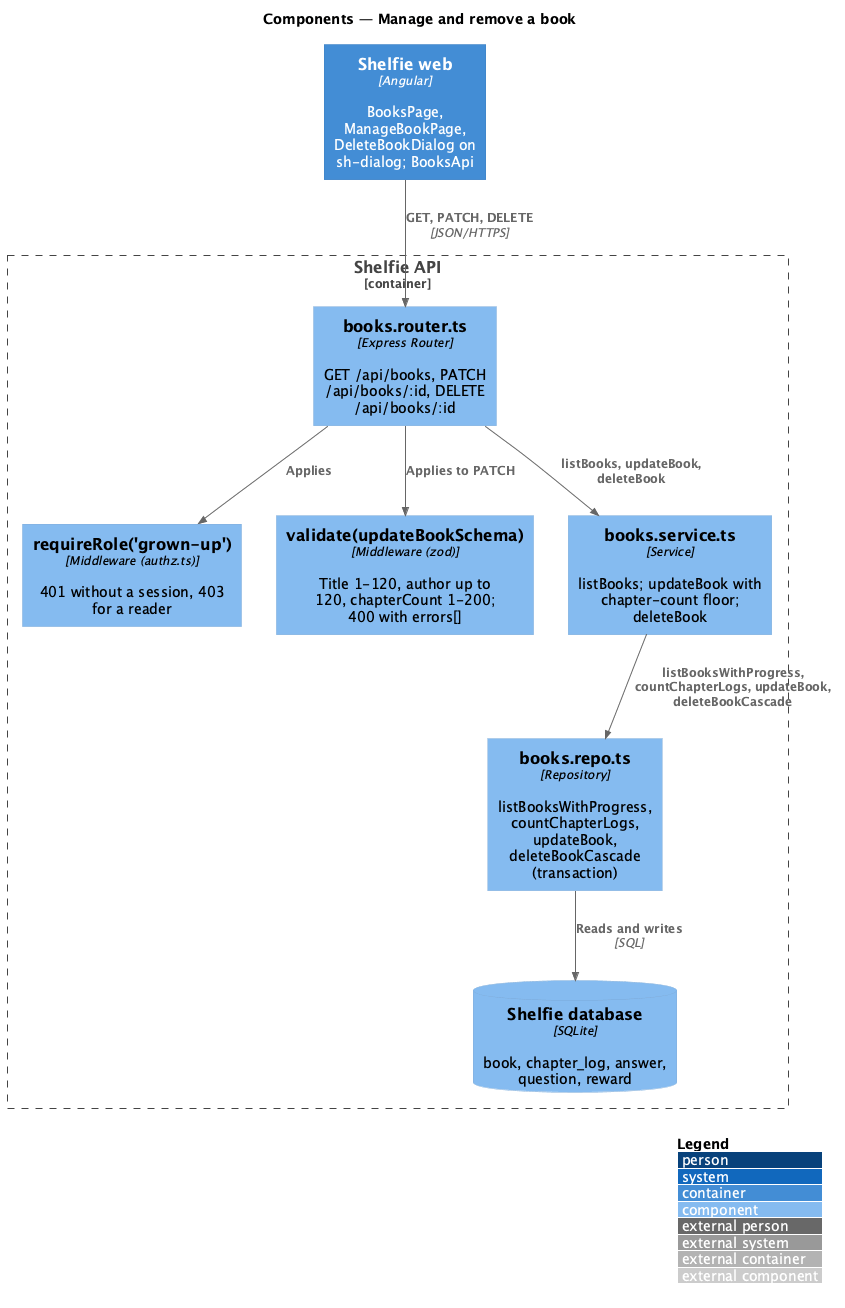
The PlantUML diagram docs/detailed-designs/books/manage-book/diagrams/c4-component.png in QuinntyneBrown/shelfie, before a commit.
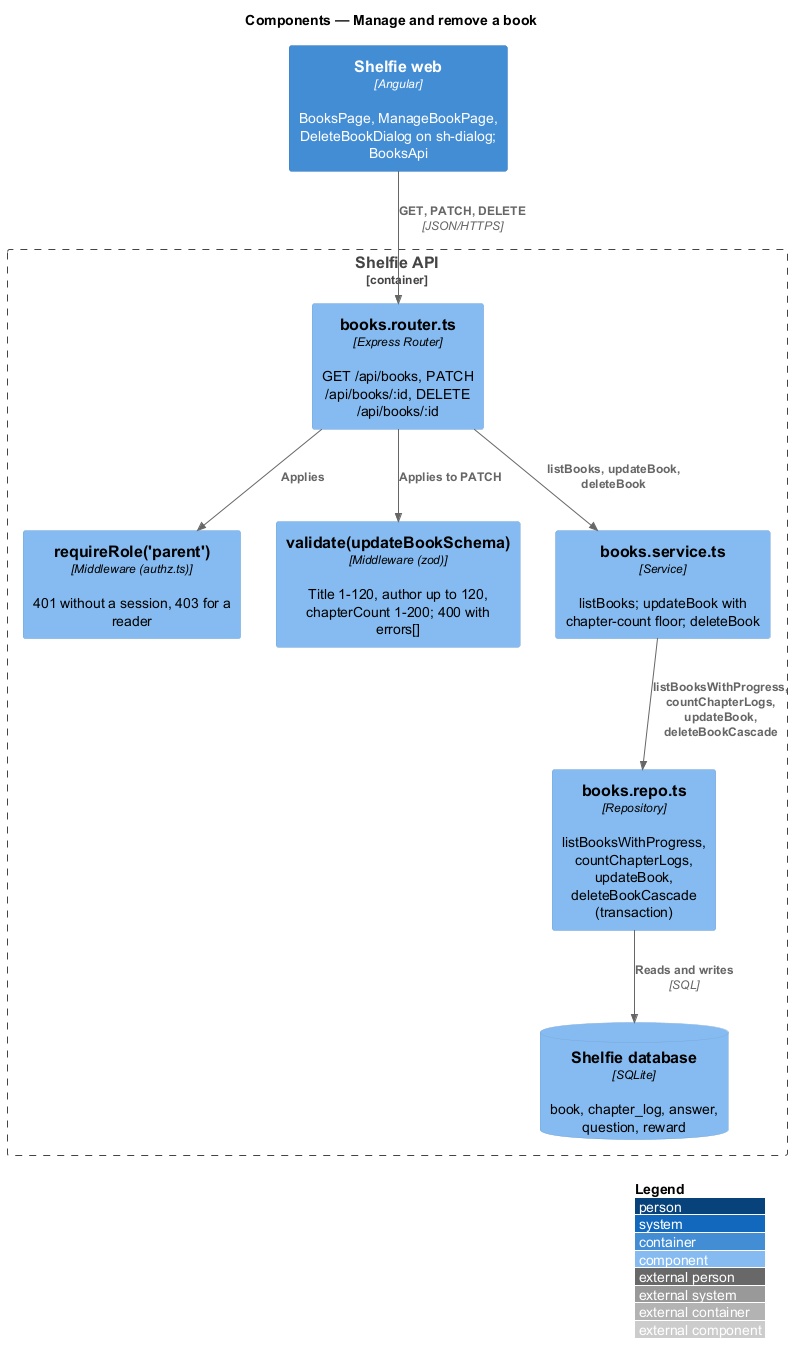
Later version of the same file.

What changed in the source:
```diff
@@ -6,7 +6,7 @@
 Container(web, "Shelfie web", "Angular", "BooksPage, ManageBookPage, DeleteBookDialog on sh-dialog; BooksApi")
 Container_Boundary(api, "Shelfie API") {
   Component(router, "books.router.ts", "Express Router", "GET /api/books, PATCH /api/books/:id, DELETE /api/books/:id")
-  Component(authz, "requireRole('grown-up')", "Middleware (authz.ts)", "401 without a session, 403 for a reader")
+  Component(authz, "requireRole('parent')", "Middleware (authz.ts)", "401 without a session, 403 for a reader")
   Component(validate, "validate(updateBookSchema)", "Middleware (zod)", "Title 1-120, author up to 120, chapterCount 1-200; 400 with errors[]")
   Component(service, "books.service.ts", "Service", "listBooks; updateBook with chapter-count floor; deleteBook")
   Component(repo, "books.repo.ts", "Repository", "listBooksWithProgress, countChapterLogs, updateBook, deleteBookCascade (transaction)")
```
